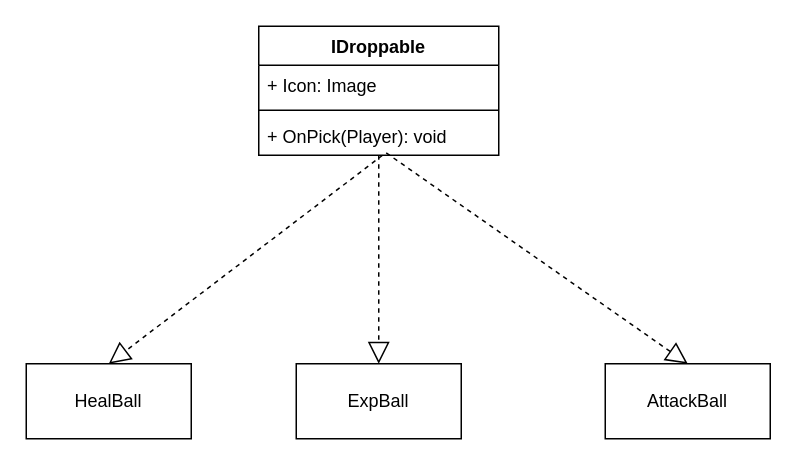
Earlier version of the draw.io diagram page "Droppable" (5 of 6) of WarmWater.drawio (lancelodliu/draw.io). Source tidied: cells renumbered, new cells numbered last; positions are measured from the earlier drawing's top-left corner, leaving out a move shared by most shapes. Both pictures are drawn from the tidied source at 150%, with x=0, y=0 at pixel (26, 26).
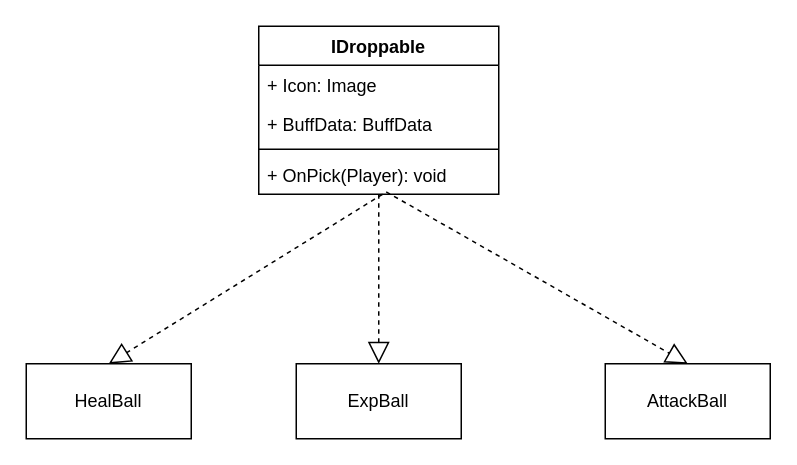
Above is the later version.

What changed in the source:
```diff
@@
 <mxGraphModel>
   <root>
     <mxCell id="0" />
     <mxCell id="1" parent="0" />
     <mxCell id="2" value="IDroppable" style="swimlane;fontStyle=1;align=center;verticalAlign=top;horizontal=1;startSize=26;whiteSpace=wrap;html=1;" parent="1" vertex="1">
-      <mxGeometry x="155" width="160" height="86" as="geometry" />
+      <mxGeometry x="155" width="160" height="112" as="geometry" />
     </mxCell>
     <mxCell id="3" value="+ Icon: Image" style="text;strokeColor=none;fillColor=none;align=left;verticalAlign=top;spacingLeft=4;spacingRight=4;overflow=hidden;whiteSpace=wrap;html=1;" parent="2" vertex="1">
       <mxGeometry y="26" width="160" height="26" as="geometry" />
     </mxCell>
+    <mxCell id="12" value="+ BuffData: BuffData" style="text;strokeColor=none;fillColor=none;align=left;verticalAlign=top;spacingLeft=4;spacingRight=4;overflow=hidden;whiteSpace=wrap;html=1;" parent="2" vertex="1">
+      <mxGeometry y="52" width="160" height="26" as="geometry" />
+    </mxCell>
     <mxCell id="4" style="line;strokeWidth=1;fillColor=none;align=left;verticalAlign=middle;spacingTop=-1;spacingLeft=3;spacingRight=3;labelPosition=right;strokeColor=inherit;" parent="2" vertex="1">
-      <mxGeometry y="52" width="160" height="8" as="geometry" />
+      <mxGeometry y="78" width="160" height="8" as="geometry" />
     </mxCell>
     <mxCell id="5" value="+ OnPick(Player): void" style="text;strokeColor=none;fillColor=none;align=left;verticalAlign=top;spacingLeft=4;spacingRight=4;overflow=hidden;points=[[0,0.5],[1,0.5]];portConstraint=eastwest;whiteSpace=wrap;html=1;" parent="2" vertex="1">
-      <mxGeometry y="60" width="160" height="26" as="geometry" />
+      <mxGeometry y="86" width="160" height="26" as="geometry" />
     </mxCell>
     <mxCell id="6" value="HealBall" style="html=1;whiteSpace=wrap;" parent="1" vertex="1">
       <mxGeometry y="225" width="110" height="50" as="geometry" />
     </mxCell>
     <mxCell id="7" style="endArrow=block;dashed=1;endFill=0;endSize=12;html=1;rounded=0;exitX=0.516;exitY=1;exitDx=0;exitDy=0;exitPerimeter=0;entryX=0.5;entryY=0;entryDx=0;entryDy=0;" parent="1" edge="1" source="5" target="6">
       <mxGeometry relative="1" as="geometry" />
     </mxCell>
     <mxCell id="8" value="ExpBall" style="html=1;whiteSpace=wrap;" parent="1" vertex="1">
       <mxGeometry x="180" y="225" width="110" height="50" as="geometry" />
     </mxCell>
     <mxCell id="9" style="endArrow=block;dashed=1;endFill=0;endSize=12;html=1;rounded=0;entryX=0.5;entryY=0;entryDx=0;entryDy=0;" parent="1" edge="1" source="5" target="8">
       <mxGeometry relative="1" as="geometry" />
     </mxCell>
     <mxCell id="10" value="AttackBall" style="html=1;whiteSpace=wrap;" parent="1" vertex="1">
       <mxGeometry x="386" y="225" width="110" height="50" as="geometry" />
     </mxCell>
     <mxCell id="11" style="endArrow=block;dashed=1;endFill=0;endSize=12;html=1;rounded=0;exitX=0.531;exitY=0.938;exitDx=0;exitDy=0;exitPerimeter=0;entryX=0.5;entryY=0;entryDx=0;entryDy=0;" parent="1" edge="1" source="5" target="10">
       <mxGeometry relative="1" as="geometry" />
     </mxCell>
   </root>
 </mxGraphModel>
```
